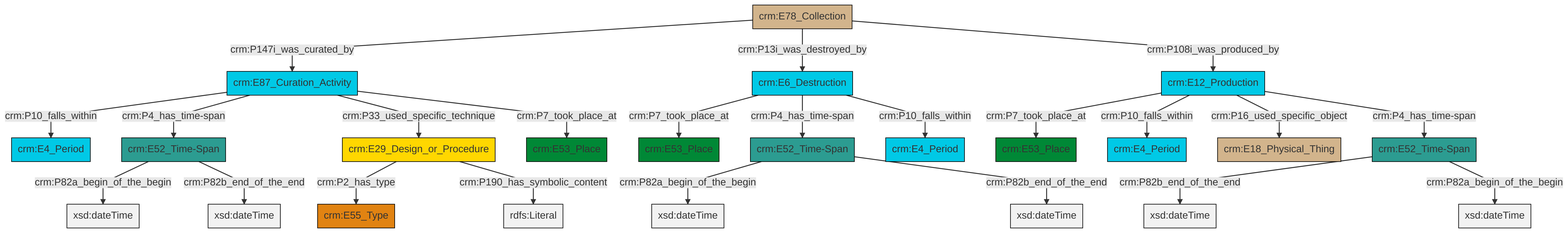
This is et/archivalCSV/ttl/mmd/png/archival_existence.png from swiss-art-research-net/docs.swissartresearch, a Mermaid export, as it was before one commit. Its source is kept beside it as et/archivalCSV/ttl/mmd/archival_existence.ttl.mmd.
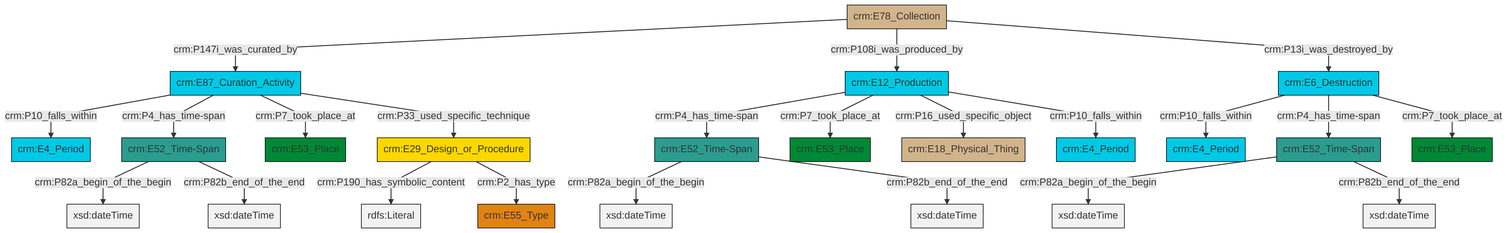
After the commit.

What changed in the source:
```diff
@@ -14,24 +14,24 @@
 classDef Multi fill:#cccccc,stroke:#000000;
 
 0["crm:E52_Time-Span"]:::Time-Span -->|crm:P82a_begin_of_the_begin| 1[xsd:dateTime]:::Literal
-6["crm:E29_Design_or_Procedure"]:::Conceptual_Object -->|crm:P2_has_type| 2["crm:E55_Type"]:::Type
-9["crm:E78_Collection"]:::Physical_Thing -->|crm:P147i_was_curated_by| 10["crm:E87_Curation_Activity"]:::Temporal_Entity
-7["crm:E6_Destruction"]:::Temporal_Entity -->|crm:P7_took_place_at| 11["crm:E53_Place"]:::Place
-15["crm:E12_Production"]:::Temporal_Entity -->|crm:P7_took_place_at| 16["crm:E53_Place"]:::Place
-10["crm:E87_Curation_Activity"]:::Temporal_Entity -->|crm:P10_falls_within| 17["crm:E4_Period"]:::Temporal_Entity
-18["crm:E52_Time-Span"]:::Time-Span -->|crm:P82a_begin_of_the_begin| 19[xsd:dateTime]:::Literal
-0["crm:E52_Time-Span"]:::Time-Span -->|crm:P82b_end_of_the_end| 21[xsd:dateTime]:::Literal
-10["crm:E87_Curation_Activity"]:::Temporal_Entity -->|crm:P4_has_time-span| 18["crm:E52_Time-Span"]:::Time-Span
-15["crm:E12_Production"]:::Temporal_Entity -->|crm:P10_falls_within| 23["crm:E4_Period"]:::Temporal_Entity
-26["crm:E52_Time-Span"]:::Time-Span -->|crm:P82b_end_of_the_end| 29[xsd:dateTime]:::Literal
-15["crm:E12_Production"]:::Temporal_Entity -->|crm:P16_used_specific_object| 32["crm:E18_Physical_Thing"]:::Physical_Thing
-26["crm:E52_Time-Span"]:::Time-Span -->|crm:P82a_begin_of_the_begin| 33[xsd:dateTime]:::Literal
-7["crm:E6_Destruction"]:::Temporal_Entity -->|crm:P4_has_time-span| 0["crm:E52_Time-Span"]:::Time-Span
-10["crm:E87_Curation_Activity"]:::Temporal_Entity -->|crm:P33_used_specific_technique| 6["crm:E29_Design_or_Procedure"]:::Conceptual_Object
-18["crm:E52_Time-Span"]:::Time-Span -->|crm:P82b_end_of_the_end| 34[xsd:dateTime]:::Literal
-9["crm:E78_Collection"]:::Physical_Thing -->|crm:P13i_was_destroyed_by| 7["crm:E6_Destruction"]:::Temporal_Entity
-6["crm:E29_Design_or_Procedure"]:::Conceptual_Object -->|crm:P190_has_symbolic_content| 35[rdfs:Literal]:::Literal
-15["crm:E12_Production"]:::Temporal_Entity -->|crm:P4_has_time-span| 26["crm:E52_Time-Span"]:::Time-Span
-10["crm:E87_Curation_Activity"]:::Temporal_Entity -->|crm:P7_took_place_at| 30["crm:E53_Place"]:::Place
-7["crm:E6_Destruction"]:::Temporal_Entity -->|crm:P10_falls_within| 4["crm:E4_Period"]:::Temporal_Entity
-9["crm:E78_Collection"]:::Physical_Thing -->|crm:P108i_was_produced_by| 15["crm:E12_Production"]:::Temporal_Entity
+2["crm:E29_Design_or_Procedure"]:::Conceptual_Object -->|crm:P190_has_symbolic_content| 3[rdfs:Literal]:::Literal
+6["crm:E87_Curation_Activity"]:::Temporal_Entity -->|crm:P10_falls_within| 7["crm:E4_Period"]:::Temporal_Entity
+2["crm:E29_Design_or_Procedure"]:::Conceptual_Object -->|crm:P2_has_type| 12["crm:E55_Type"]:::Type
+6["crm:E87_Curation_Activity"]:::Temporal_Entity -->|crm:P4_has_time-span| 8["crm:E52_Time-Span"]:::Time-Span
+17["crm:E78_Collection"]:::Physical_Thing -->|crm:P147i_was_curated_by| 6["crm:E87_Curation_Activity"]:::Temporal_Entity
+6["crm:E87_Curation_Activity"]:::Temporal_Entity -->|crm:P7_took_place_at| 18["crm:E53_Place"]:::Place
+19["crm:E6_Destruction"]:::Temporal_Entity -->|crm:P10_falls_within| 20["crm:E4_Period"]:::Temporal_Entity
+8["crm:E52_Time-Span"]:::Time-Span -->|crm:P82a_begin_of_the_begin| 23[xsd:dateTime]:::Literal
+4["crm:E12_Production"]:::Temporal_Entity -->|crm:P4_has_time-span| 0["crm:E52_Time-Span"]:::Time-Span
+6["crm:E87_Curation_Activity"]:::Temporal_Entity -->|crm:P33_used_specific_technique| 2["crm:E29_Design_or_Procedure"]:::Conceptual_Object
+10["crm:E52_Time-Span"]:::Time-Span -->|crm:P82a_begin_of_the_begin| 25[xsd:dateTime]:::Literal
+4["crm:E12_Production"]:::Temporal_Entity -->|crm:P7_took_place_at| 27["crm:E53_Place"]:::Place
+19["crm:E6_Destruction"]:::Temporal_Entity -->|crm:P4_has_time-span| 10["crm:E52_Time-Span"]:::Time-Span
+4["crm:E12_Production"]:::Temporal_Entity -->|crm:P16_used_specific_object| 13["crm:E18_Physical_Thing"]:::Physical_Thing
+19["crm:E6_Destruction"]:::Temporal_Entity -->|crm:P7_took_place_at| 21["crm:E53_Place"]:::Place
+10["crm:E52_Time-Span"]:::Time-Span -->|crm:P82b_end_of_the_end| 30[xsd:dateTime]:::Literal
+4["crm:E12_Production"]:::Temporal_Entity -->|crm:P10_falls_within| 32["crm:E4_Period"]:::Temporal_Entity
+0["crm:E52_Time-Span"]:::Time-Span -->|crm:P82b_end_of_the_end| 34[xsd:dateTime]:::Literal
+8["crm:E52_Time-Span"]:::Time-Span -->|crm:P82b_end_of_the_end| 35[xsd:dateTime]:::Literal
+17["crm:E78_Collection"]:::Physical_Thing -->|crm:P108i_was_produced_by| 4["crm:E12_Production"]:::Temporal_Entity
+17["crm:E78_Collection"]:::Physical_Thing -->|crm:P13i_was_destroyed_by| 19["crm:E6_Destruction"]:::Temporal_Entity
```
